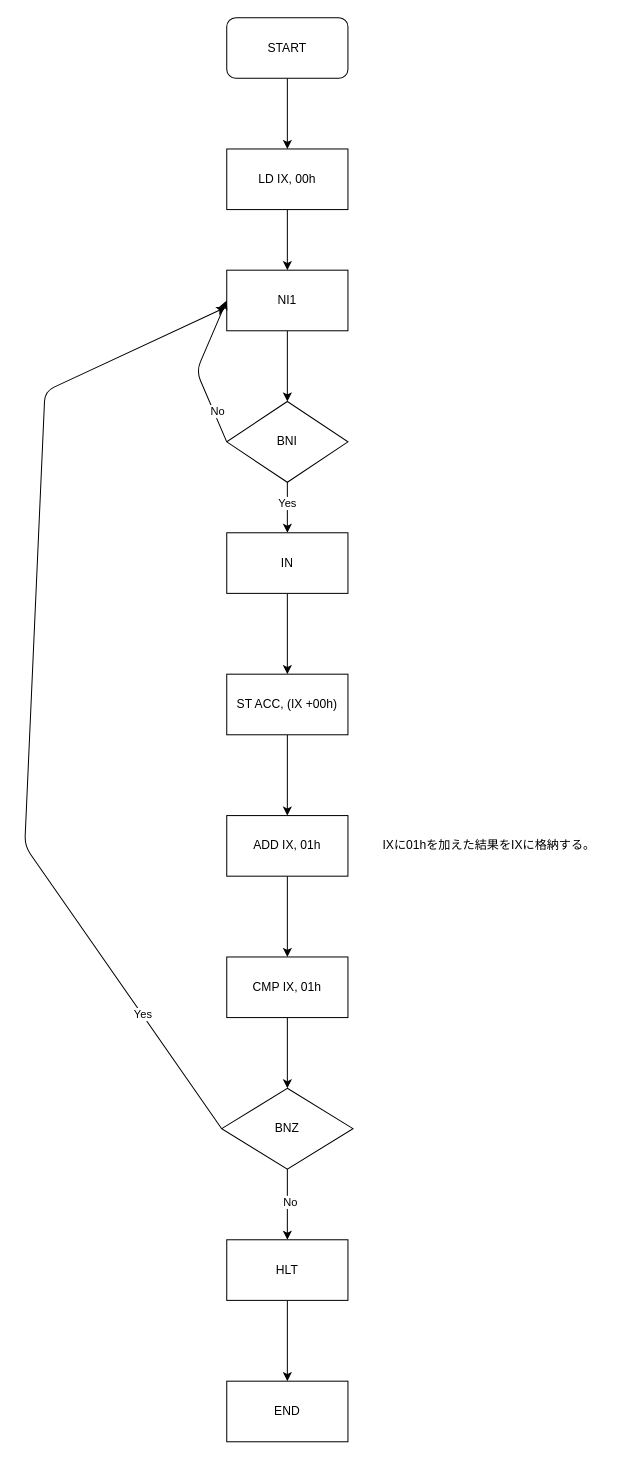
Earlier version of the draw.io diagram chip-a.dio (iammytoo/maikon-jikken). Source tidied: cells renumbered, new cells numbered last; positions are measured from the earlier drawing's top-left corner, leaving out a move shared by most shapes. Both pictures are drawn from the tidied source at 101%, with x=0, y=0 at pixel (24, 17).
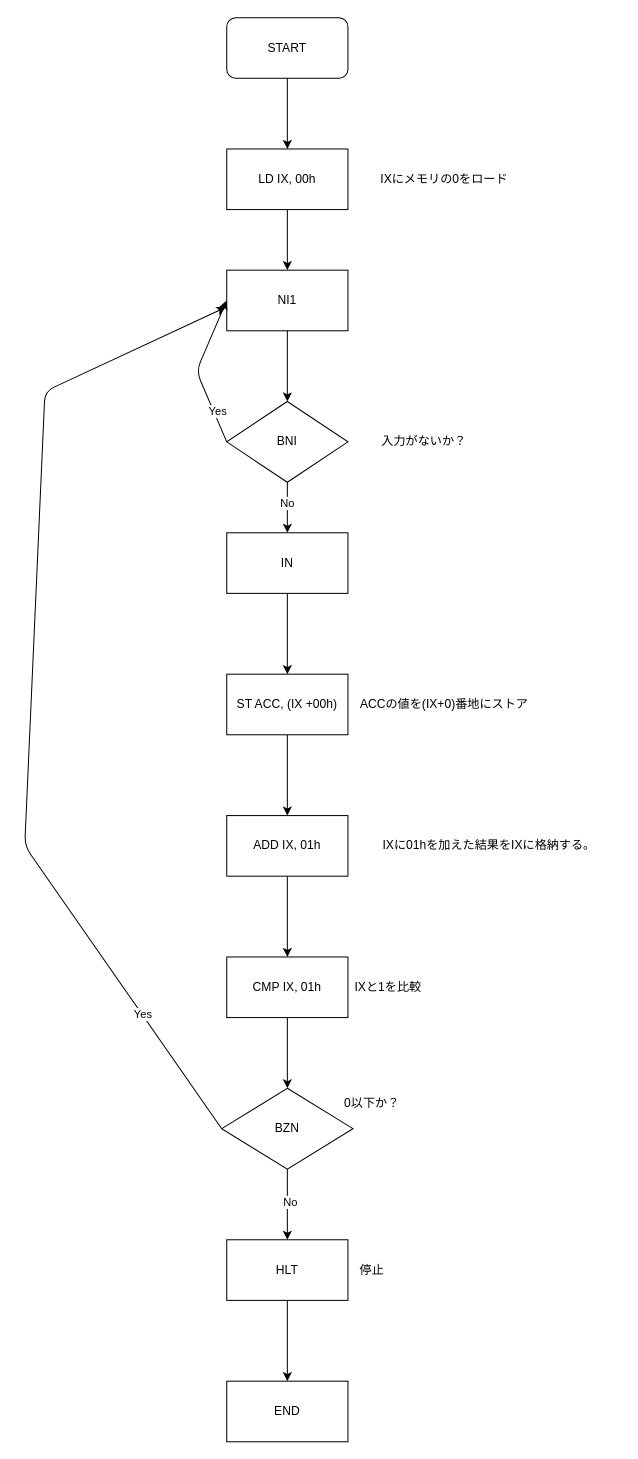
The same diagram, later.

Unchanged cells that the change refers to:
```xml
<mxCell id="6" style="edgeStyle=none;html=1;entryX=0;entryY=0.5;entryDx=0;entryDy=0;exitX=0;exitY=0.5;exitDx=0;exitDy=0;" parent="1" edge="1" source="10" target="3">
  <mxGeometry relative="1" as="geometry">
    <Array as="points">
      <mxPoint x="170" y="350" />
    </Array>
  </mxGeometry>
</mxCell>
<mxCell id="8" style="edgeStyle=none;html=1;" parent="1" edge="1" source="10" target="12">
  <mxGeometry relative="1" as="geometry" />
</mxCell>
```

Diff of the diagram source:
```diff
@@
-    <mxCell id="7" value="No" style="edgeLabel;html=1;align=center;verticalAlign=middle;" parent="6" vertex="1">
+    <mxCell id="7" value="Yes" style="edgeLabel;html=1;align=center;verticalAlign=middle;" parent="6" vertex="1">
       <mxGeometry x="0.27" y="-2" relative="1" as="geometry">
         <mxPoint x="10" y="58" as="offset" />
       </mxGeometry>
     </mxCell>
@@
-    <mxCell id="9" value="Yes" style="edgeLabel;html=1;align=center;verticalAlign=middle;" parent="8" vertex="1">
+    <mxCell id="9" value="No" style="edgeLabel;html=1;align=center;verticalAlign=middle;" parent="8" vertex="1">
       <mxGeometry x="-0.2" y="-1" relative="1" as="geometry" />
     </mxCell>
@@
-    <mxCell id="23" value="BNZ" style="rhombus;whiteSpace=wrap;html=1;rounded=0;" parent="1" vertex="1">
+    <mxCell id="23" value="BZN" style="rhombus;whiteSpace=wrap;html=1;rounded=0;" parent="1" vertex="1">
       <mxGeometry x="195" y="1060" width="130" height="80" as="geometry" />
     </mxCell>
@@
+    <mxCell id="30" value="IXにメモリの0をロード" style="text;html=1;align=center;verticalAlign=middle;strokeColor=none;fillColor=none;" parent="1" vertex="1">
+      <mxGeometry x="340" y="145" width="150" height="30" as="geometry" />
+    </mxCell>
+    <mxCell id="31" value="入力がないか？" style="text;html=1;align=center;verticalAlign=middle;strokeColor=none;fillColor=none;" parent="1" vertex="1">
+      <mxGeometry x="340" y="405" width="110" height="30" as="geometry" />
+    </mxCell>
+    <mxCell id="32" value="ACCの値を(IX+0)番地にストア" style="text;html=1;align=center;verticalAlign=middle;strokeColor=none;fillColor=none;" parent="1" vertex="1">
+      <mxGeometry x="320" y="665" width="190" height="30" as="geometry" />
+    </mxCell>
+    <mxCell id="33" value="IXと1を比較" style="text;html=1;strokeColor=none;fillColor=none;align=center;verticalAlign=middle;whiteSpace=wrap;rounded=0;" parent="1" vertex="1">
+      <mxGeometry x="230" y="945" width="260" height="30" as="geometry" />
+    </mxCell>
+    <mxCell id="34" value="0以下か？" style="text;html=1;strokeColor=none;fillColor=none;align=center;verticalAlign=middle;whiteSpace=wrap;rounded=0;" parent="1" vertex="1">
+      <mxGeometry x="214" y="1060" width="260" height="30" as="geometry" />
+    </mxCell>
+    <mxCell id="35" value="停止" style="text;html=1;strokeColor=none;fillColor=none;align=center;verticalAlign=middle;whiteSpace=wrap;rounded=0;" parent="1" vertex="1">
+      <mxGeometry x="214" y="1225" width="260" height="30" as="geometry" />
+    </mxCell>
```
